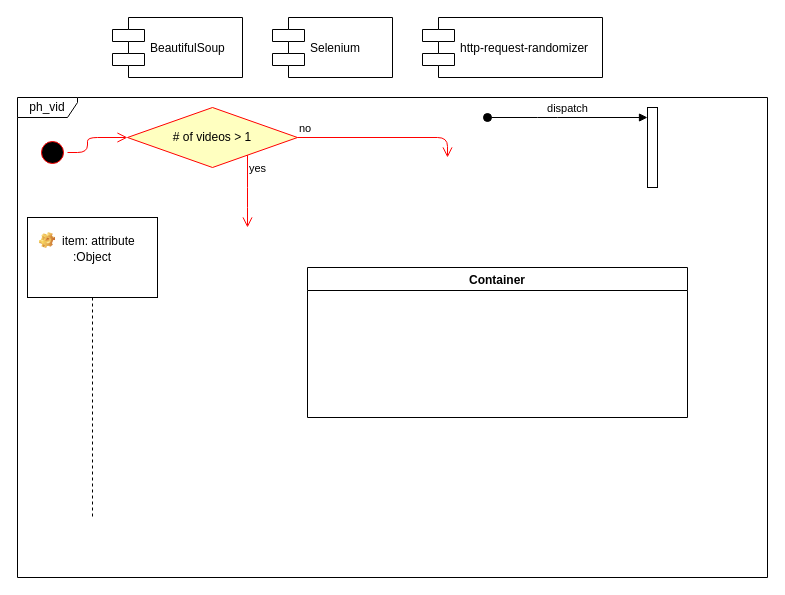
sownthunder/sownthunder.github.io keeps this draw.io diagram as page "ph_vid_watch" (1 of 4) of state_machine.drawio. Above is the earlier version. Source tidied: cells renumbered, new cells numbered last; positions are measured from the earlier drawing's top-left corner, leaving out a move shared by most shapes. Both pictures are drawn from the tidied source at 100%, with x=0, y=0 at pixel (17, 17).
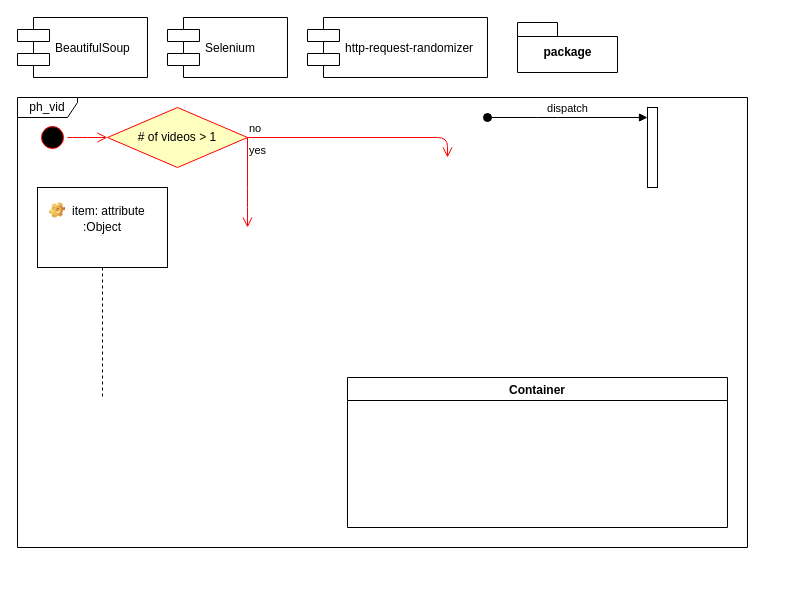
The same page after the edit.

The edit, as a diff of the source:
```diff
@@
     <mxCell id="2" value="ph_vid" style="shape=umlFrame;whiteSpace=wrap;html=1;width=60;height=20;" parent="1" vertex="1">
-      <mxGeometry y="80" width="750" height="480" as="geometry" />
+      <mxGeometry y="80" width="730" height="450" as="geometry" />
     </mxCell>
@@
     <mxCell id="5" value="Container" style="swimlane;" parent="1" vertex="1">
-      <mxGeometry x="290" y="250" width="380" height="150" as="geometry" />
+      <mxGeometry x="330" y="360" width="380" height="150" as="geometry" />
     </mxCell>
     <mxCell id="6" value=":Object" style="shape=umlLifeline;perimeter=lifelinePerimeter;whiteSpace=wrap;html=1;size=80;" parent="1" vertex="1">
-      <mxGeometry x="10" y="200" width="130" height="300" as="geometry" />
+      <mxGeometry x="20" y="170" width="130" height="210" as="geometry" />
     </mxCell>
@@
     <mxCell id="8" value="# of videos &amp;gt; 1" style="rhombus;whiteSpace=wrap;html=1;fillColor=#ffffc0;strokeColor=#ff0000;" parent="1" vertex="1">
-      <mxGeometry x="110" y="90" width="170" height="60" as="geometry" />
+      <mxGeometry x="90" y="90" width="140" height="60" as="geometry" />
     </mxCell>
@@
     <mxCell id="11" value="BeautifulSoup" style="shape=component;align=left;spacingLeft=36;" parent="1" vertex="1">
-      <mxGeometry x="95" width="130" height="60" as="geometry" />
+      <mxGeometry width="130" height="60" as="geometry" />
     </mxCell>
     <mxCell id="12" value="Selenium" style="shape=component;align=left;spacingLeft=36;" parent="1" vertex="1">
-      <mxGeometry x="255" width="120" height="60" as="geometry" />
+      <mxGeometry x="150" width="120" height="60" as="geometry" />
     </mxCell>
     <mxCell id="13" value="http-request-randomizer" style="shape=component;align=left;spacingLeft=36;" parent="1" vertex="1">
-      <mxGeometry x="405" width="180" height="60" as="geometry" />
+      <mxGeometry x="290" width="180" height="60" as="geometry" />
     </mxCell>
     <mxCell id="14" style="ellipse;html=1;shape=startState;fillColor=#000000;strokeColor=#ff0000;" parent="1" vertex="1">
-      <mxGeometry x="20" y="120" width="30" height="30" as="geometry" />
+      <mxGeometry x="20" y="105" width="30" height="30" as="geometry" />
     </mxCell>
-    <mxCell id="15" style="edgeStyle=orthogonalEdgeStyle;html=1;verticalAlign=bottom;endArrow=open;endSize=8;strokeColor=#ff0000;entryX=0;entryY=0.5;entryDx=0;entryDy=0;" parent="1" edge="1" source="14" target="8">
+    <mxCell id="15" style="edgeStyle=orthogonalEdgeStyle;html=1;verticalAlign=bottom;endArrow=open;endSize=8;strokeColor=#ff0000;entryX=0;entryY=0.5;entryDx=0;entryDy=0;exitX=1;exitY=0.5;exitDx=0;exitDy=0;" parent="1" edge="1" source="14" target="8">
       <mxGeometry relative="1" as="geometry">
         <Array as="points">
-          <mxPoint x="70" y="135" />
-          <mxPoint x="70" y="120" />
+          <mxPoint x="60" y="120" />
+          <mxPoint x="60" y="120" />
         </Array>
       </mxGeometry>
     </mxCell>
+    <mxCell id="16" value="package" style="shape=folder;fontStyle=1;spacingTop=10;tabWidth=40;tabHeight=14;tabPosition=left;html=1;" parent="1" vertex="1">
+      <mxGeometry x="500" y="5" width="100" height="50" as="geometry" />
+    </mxCell>
```
